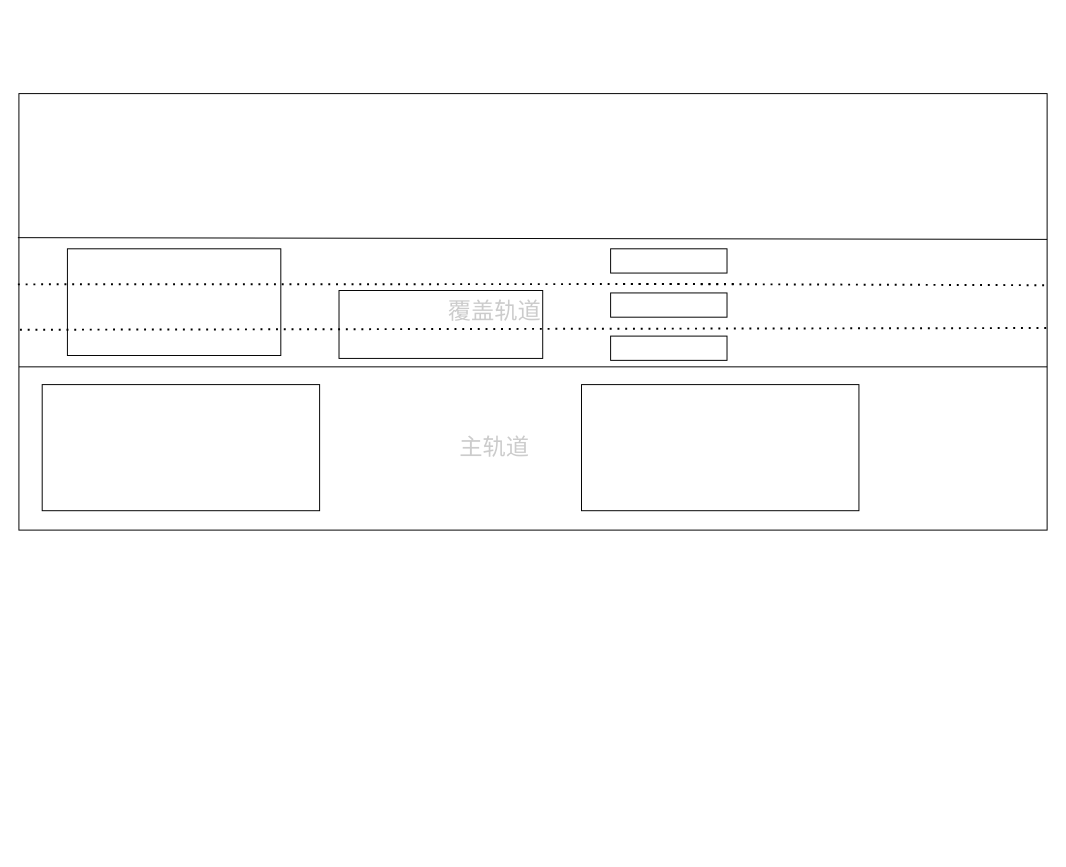
Before: page "第 1 页" (1 of 2) of track draft.drawio in macfanr/drawio, a draw.io diagram. Source tidied: cells renumbered, new cells numbered last; positions are measured from the earlier drawing's top-left corner, leaving out a move shared by most shapes. Both pictures are drawn from the tidied source at 97%, with x=0, y=0 at pixel (18, 93).
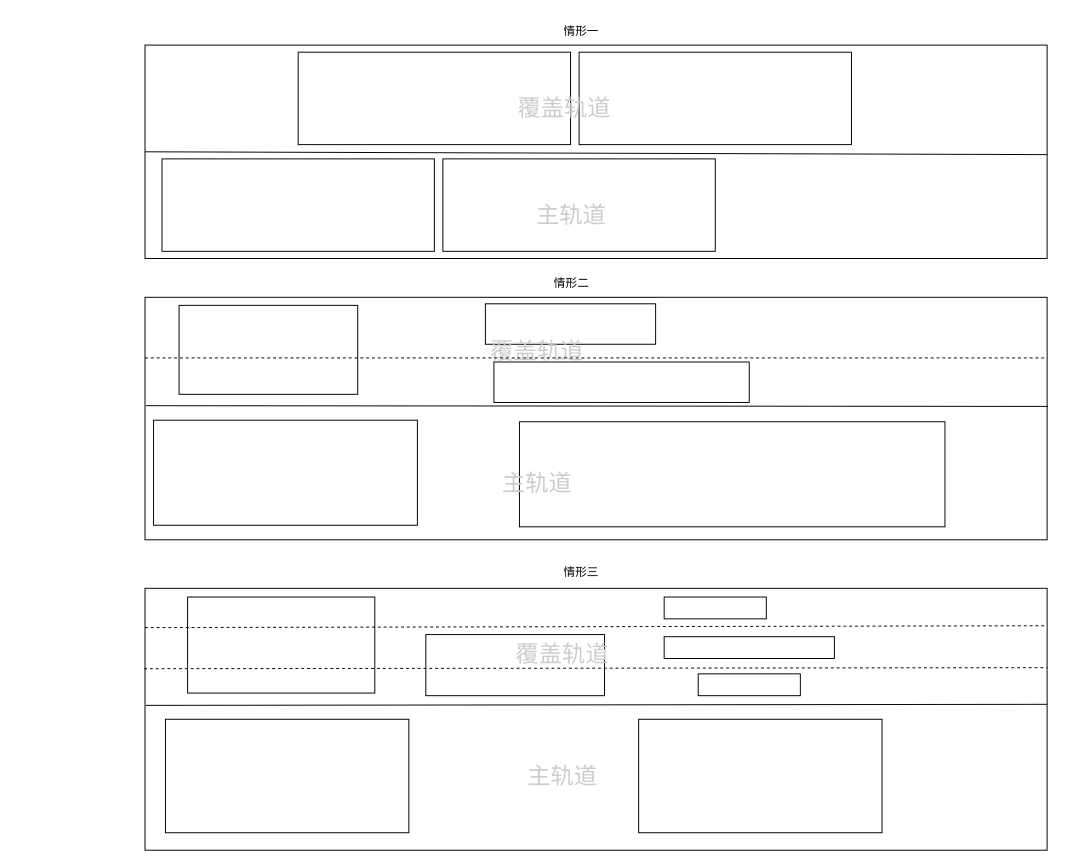
The same page after the edit.

The edit, as a diff of the source:
```diff
@@
+    <mxCell id="17" value="情形二" style="text;html=1;strokeColor=none;fillColor=none;align=center;verticalAlign=middle;whiteSpace=wrap;rounded=0;" parent="1" vertex="1">
+      <mxGeometry x="540" y="181" width="60" height="30" as="geometry" />
+    </mxCell>
+    <mxCell id="18" value="情形三" style="text;html=1;strokeColor=none;fillColor=none;align=center;verticalAlign=middle;whiteSpace=wrap;rounded=0;" parent="1" vertex="1">
+      <mxGeometry x="550" y="479" width="60" height="30" as="geometry" />
+    </mxCell>
+    <mxCell id="19" value="情形一" style="text;html=1;strokeColor=none;fillColor=none;align=center;verticalAlign=middle;whiteSpace=wrap;rounded=0;" parent="1" vertex="1">
+      <mxGeometry x="550" y="-79" width="60" height="30" as="geometry" />
+    </mxCell>
+    <mxCell id="20" style="group;" parent="1" vertex="1">
+      <mxGeometry x="130" y="210" width="930" height="250" as="geometry" />
+    </mxCell>
+    <mxCell id="21" style="rounded=0;whiteSpace=wrap;html=1;" parent="20" vertex="1">
+      <mxGeometry width="930" height="250" as="geometry" />
+    </mxCell>
+    <mxCell id="22" style="rounded=0;whiteSpace=wrap;html=1;" parent="20" vertex="1">
+      <mxGeometry x="35.1" y="8.3" width="184.2" height="91.7" as="geometry" />
+    </mxCell>
+    <mxCell id="23" style="rounded=0;whiteSpace=wrap;html=1;" parent="20" vertex="1">
+      <mxGeometry x="350.9" y="6.7" width="175.5" height="41.7" as="geometry" />
+    </mxCell>
+    <mxCell id="24" style="rounded=0;whiteSpace=wrap;html=1;" parent="20" vertex="1">
+      <mxGeometry x="359.7" y="66.7" width="263.2" height="41.7" as="geometry" />
+    </mxCell>
+    <mxCell id="25" style="rounded=0;whiteSpace=wrap;html=1;" parent="20" vertex="1">
+      <mxGeometry x="8.8" y="126.7" width="272" height="108.3" as="geometry" />
+    </mxCell>
+    <mxCell id="26" style="rounded=0;whiteSpace=wrap;html=1;" parent="20" vertex="1">
+      <mxGeometry x="386" y="128.3" width="438.7" height="108.3" as="geometry" />
+    </mxCell>
+    <mxCell id="27" value="主轨道" style="text;strokeColor=none;fillColor=none;html=1;fontSize=24;fontStyle=0;verticalAlign=middle;align=center;fontColor=#CCCCCC;" parent="20" vertex="1">
+      <mxGeometry x="359.7" y="175" width="87.7" height="33.3" as="geometry" />
+    </mxCell>
+    <mxCell id="28" value="覆盖轨道" style="text;strokeColor=none;fillColor=none;html=1;fontSize=24;fontStyle=0;verticalAlign=middle;align=center;fontColor=#CCCCCC;" parent="20" vertex="1">
+      <mxGeometry x="359.7" y="39.2" width="87.7" height="33.3" as="geometry" />
+    </mxCell>
+    <mxCell id="29" style="endArrow=none;html=1;rounded=0;exitX=0.001;exitY=0.447;exitDx=0;exitDy=0;exitPerimeter=0;entryX=1.001;entryY=0.45;entryDx=0;entryDy=0;entryPerimeter=0;" parent="20" edge="1" source="21" target="21">
+      <mxGeometry relative="1" as="geometry" />
+    </mxCell>
+    <mxCell id="30" style="endArrow=none;dashed=1;html=1;rounded=0;exitX=0;exitY=0.25;exitDx=0;exitDy=0;entryX=1;entryY=0.25;entryDx=0;entryDy=0;" parent="20" edge="1" source="21" target="21">
+      <mxGeometry relative="1" as="geometry" />
+    </mxCell>
+    <mxCell id="31" style="group;" parent="1" vertex="1">
+      <mxGeometry x="130" y="510" width="930" height="270" as="geometry" />
+    </mxCell>
-    <mxCell id="2" style="rounded=0;whiteSpace=wrap;html=1;" parent="1" vertex="1">
-      <mxGeometry width="1060" height="450" as="geometry" />
+    <mxCell id="2" style="rounded=0;whiteSpace=wrap;html=1;" parent="31" vertex="1">
+      <mxGeometry width="930" height="270" as="geometry" />
     </mxCell>
-    <mxCell id="3" style="endArrow=none;html=1;rounded=0;exitX=0;exitY=0.626;exitDx=0;exitDy=0;exitPerimeter=0;entryX=1;entryY=0.626;entryDx=0;entryDy=0;entryPerimeter=0;" parent="1" edge="1" source="2" target="2">
-      <mxGeometry relative="1" as="geometry" />
-    </mxCell>
-    <mxCell id="4" style="endArrow=none;html=1;rounded=0;exitX=-0.001;exitY=0.33;exitDx=0;exitDy=0;exitPerimeter=0;entryX=1;entryY=0.334;entryDx=0;entryDy=0;entryPerimeter=0;" parent="1" edge="1" source="2" target="2">
-      <mxGeometry relative="1" as="geometry" />
-    </mxCell>
-    <mxCell id="5" style="endArrow=none;dashed=1;html=1;dashPattern=1 3;strokeWidth=2;rounded=0;exitX=-0.001;exitY=0.437;exitDx=0;exitDy=0;exitPerimeter=0;entryX=1;entryY=0.439;entryDx=0;entryDy=0;entryPerimeter=0;startArrow=none;" parent="1" edge="1" target="2">
-      <mxGeometry relative="1" as="geometry">
-        <mxPoint x="622.9" y="196.2" as="sourcePoint" />
-      </mxGeometry>
-    </mxCell>
-    <mxCell id="6" style="rounded=0;whiteSpace=wrap;html=1;" parent="1" vertex="1">
-      <mxGeometry x="24" y="300" width="286" height="130" as="geometry" />
+    <mxCell id="6" style="rounded=0;whiteSpace=wrap;html=1;" parent="31" vertex="1">
+      <mxGeometry x="21.1" y="135" width="250.9" height="117" as="geometry" />
     </mxCell>
-    <mxCell id="7" style="rounded=0;whiteSpace=wrap;html=1;" parent="1" vertex="1">
-      <mxGeometry x="580" y="300" width="286" height="130" as="geometry" />
+    <mxCell id="7" style="rounded=0;whiteSpace=wrap;html=1;" parent="31" vertex="1">
+      <mxGeometry x="508.9" y="135" width="250.9" height="117" as="geometry" />
     </mxCell>
-    <mxCell id="8" style="rounded=0;whiteSpace=wrap;html=1;" parent="1" vertex="1">
-      <mxGeometry x="50" y="160" width="220" height="110" as="geometry" />
+    <mxCell id="8" style="rounded=0;whiteSpace=wrap;html=1;" parent="31" vertex="1">
+      <mxGeometry x="43.9" y="9" width="193" height="99" as="geometry" />
     </mxCell>
-    <mxCell id="9" style="rounded=0;whiteSpace=wrap;html=1;" parent="1" vertex="1">
-      <mxGeometry x="330" y="203" width="210" height="70" as="geometry" />
+    <mxCell id="9" style="rounded=0;whiteSpace=wrap;html=1;" parent="31" vertex="1">
+      <mxGeometry x="289.5" y="47.7" width="184.2" height="63" as="geometry" />
     </mxCell>
-    <mxCell id="10" style="endArrow=none;dashed=1;html=1;dashPattern=1 3;strokeWidth=2;rounded=0;exitX=-0.001;exitY=0.437;exitDx=0;exitDy=0;exitPerimeter=0;entryX=1;entryY=0.439;entryDx=0;entryDy=0;entryPerimeter=0;" parent="1" edge="1" source="2">
-      <mxGeometry relative="1" as="geometry">
-        <mxPoint x="743" y="196.3" as="targetPoint" />
-      </mxGeometry>
-    </mxCell>
-    <mxCell id="11" style="rounded=0;whiteSpace=wrap;html=1;" parent="1" vertex="1">
-      <mxGeometry x="610" y="160" width="120" height="25" as="geometry" />
+    <mxCell id="11" style="rounded=0;whiteSpace=wrap;html=1;" parent="31" vertex="1">
+      <mxGeometry x="535.2" y="9" width="105.3" height="22.5" as="geometry" />
     </mxCell>
-    <mxCell id="12" style="rounded=0;whiteSpace=wrap;html=1;" parent="1" vertex="1">
-      <mxGeometry x="610" y="205.5" width="120" height="25" as="geometry" />
+    <mxCell id="12" style="rounded=0;whiteSpace=wrap;html=1;" parent="31" vertex="1">
+      <mxGeometry x="535.2" y="49.9" width="175.5" height="22.5" as="geometry" />
     </mxCell>
-    <mxCell id="13" style="rounded=0;whiteSpace=wrap;html=1;" parent="1" vertex="1">
-      <mxGeometry x="610" y="250" width="120" height="25" as="geometry" />
+    <mxCell id="13" style="rounded=0;whiteSpace=wrap;html=1;" parent="31" vertex="1">
+      <mxGeometry x="570.3" y="88.2" width="105.3" height="22.5" as="geometry" />
     </mxCell>
-    <mxCell id="14" value="覆盖轨道" style="text;strokeColor=none;fillColor=none;html=1;fontSize=24;fontStyle=0;verticalAlign=middle;align=center;fontColor=#CCCCCC;" parent="1" vertex="1">
-      <mxGeometry x="440" y="205" width="100" height="40" as="geometry" />
+    <mxCell id="14" value="覆盖轨道" style="text;strokeColor=none;fillColor=none;html=1;fontSize=24;fontStyle=0;verticalAlign=middle;align=center;fontColor=#CCCCCC;" parent="31" vertex="1">
+      <mxGeometry x="386" y="49.5" width="87.7" height="36" as="geometry" />
     </mxCell>
-    <mxCell id="15" value="主轨道" style="text;strokeColor=none;fillColor=none;html=1;fontSize=24;fontStyle=0;verticalAlign=middle;align=center;fontColor=#CCCCCC;" parent="1" vertex="1">
-      <mxGeometry x="440" y="345" width="100" height="40" as="geometry" />
+    <mxCell id="15" value="主轨道" style="text;strokeColor=none;fillColor=none;html=1;fontSize=24;fontStyle=0;verticalAlign=middle;align=center;fontColor=#CCCCCC;" parent="31" vertex="1">
+      <mxGeometry x="386" y="175.5" width="87.7" height="36" as="geometry" />
     </mxCell>
-    <mxCell id="16" style="endArrow=none;dashed=1;html=1;dashPattern=1 3;strokeWidth=2;rounded=0;exitX=0.001;exitY=0.541;exitDx=0;exitDy=0;exitPerimeter=0;entryX=1;entryY=0.537;entryDx=0;entryDy=0;entryPerimeter=0;" parent="1" edge="1" source="2" target="2">
-      <mxGeometry relative="1" as="geometry" />
-    </mxCell>
+    <mxCell id="32" style="endArrow=none;html=1;rounded=0;exitX=0.001;exitY=0.447;exitDx=0;exitDy=0;exitPerimeter=0;entryX=1;entryY=0.443;entryDx=0;entryDy=0;entryPerimeter=0;" parent="31" edge="1" source="2" target="2">
+      <mxGeometry relative="1" as="geometry" />
+    </mxCell>
+    <mxCell id="33" style="endArrow=none;dashed=1;html=1;rounded=0;exitX=0;exitY=0.15;exitDx=0;exitDy=0;exitPerimeter=0;entryX=1;entryY=0.143;entryDx=0;entryDy=0;entryPerimeter=0;" parent="31" edge="1" source="2" target="2">
+      <mxGeometry relative="1" as="geometry" />
+    </mxCell>
+    <mxCell id="34" style="endArrow=none;dashed=1;html=1;rounded=0;entryX=1;entryY=0.303;entryDx=0;entryDy=0;entryPerimeter=0;exitX=-0.001;exitY=0.307;exitDx=0;exitDy=0;exitPerimeter=0;" parent="31" edge="1" source="2" target="2">
+      <mxGeometry relative="1" as="geometry" />
+    </mxCell>
+    <mxCell id="35" style="group;" parent="1" vertex="1">
+      <mxGeometry x="130" y="-50" width="930" height="220" as="geometry" />
+    </mxCell>
+    <mxCell id="36" style="rounded=0;whiteSpace=wrap;html=1;" parent="35" vertex="1">
+      <mxGeometry width="930" height="220" as="geometry" />
+    </mxCell>
+    <mxCell id="37" style="endArrow=none;html=1;rounded=0;exitX=0;exitY=0.5;exitDx=0;exitDy=0;" parent="35" edge="1" source="36">
+      <mxGeometry relative="1" as="geometry">
+        <mxPoint x="930" y="112.9" as="targetPoint" />
+      </mxGeometry>
+    </mxCell>
+    <mxCell id="38" style="rounded=0;whiteSpace=wrap;html=1;" parent="35" vertex="1">
+      <mxGeometry x="17.5" y="117.3" width="280.8" height="95.3" as="geometry" />
+    </mxCell>
+    <mxCell id="39" style="rounded=0;whiteSpace=wrap;html=1;" parent="35" vertex="1">
+      <mxGeometry x="307.1" y="117.3" width="280.8" height="95.3" as="geometry" />
+    </mxCell>
+    <mxCell id="40" style="rounded=0;whiteSpace=wrap;html=1;" parent="35" vertex="1">
+      <mxGeometry x="157.9" y="7.3" width="280.8" height="95.3" as="geometry" />
+    </mxCell>
+    <mxCell id="41" style="rounded=0;whiteSpace=wrap;html=1;" parent="35" vertex="1">
+      <mxGeometry x="447.5" y="7.3" width="280.8" height="95.3" as="geometry" />
+    </mxCell>
+    <mxCell id="42" value="覆盖轨道" style="text;strokeColor=none;fillColor=none;html=1;fontSize=24;fontStyle=0;verticalAlign=middle;align=center;fontColor=#CCCCCC;" parent="35" vertex="1">
+      <mxGeometry x="387.8" y="51.3" width="87.7" height="29.3" as="geometry" />
+    </mxCell>
+    <mxCell id="43" value="主轨道" style="text;strokeColor=none;fillColor=none;html=1;fontSize=24;fontStyle=0;verticalAlign=middle;align=center;fontColor=#CCCCCC;" parent="35" vertex="1">
+      <mxGeometry x="394.8" y="161.3" width="87.7" height="29.3" as="geometry" />
+    </mxCell>
```
